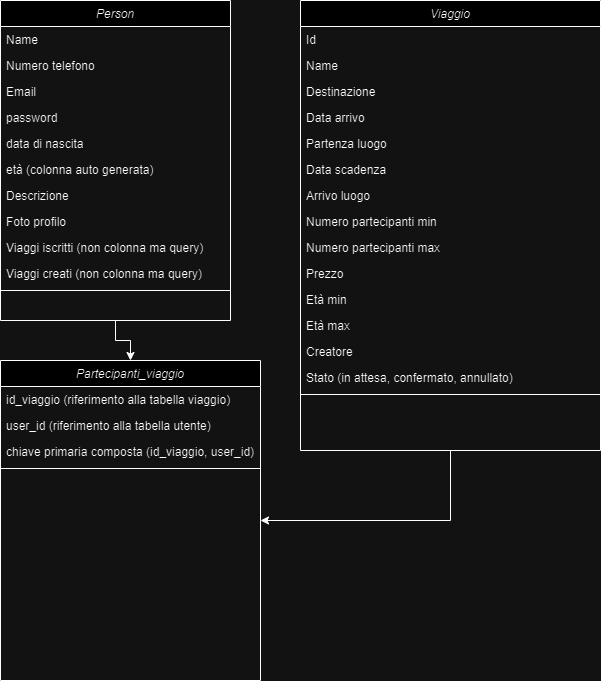
geeuleeo/BitWizard keeps this draw.io diagram as Progetto Learning by Project/struttura_database.png. Above is the earlier version. Source tidied: cells renumbered, new cells last; positions are measured from the earlier drawing's top-left corner, leaving out a move shared by most shapes.
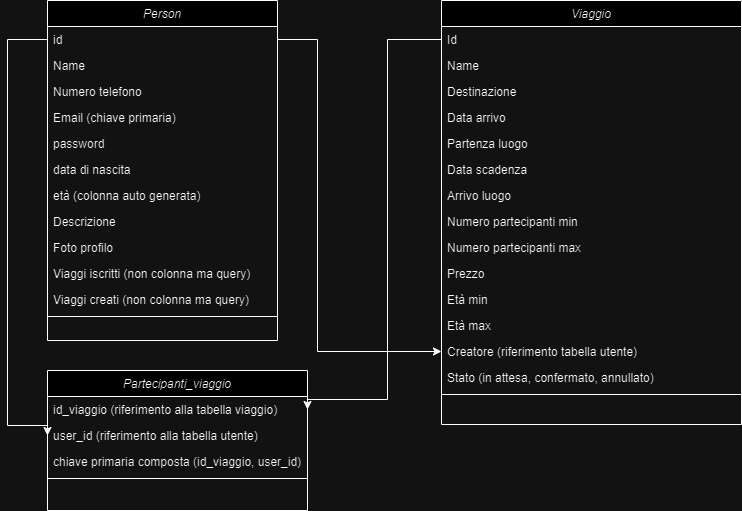
The same file after the commit.

What changed in the source:
```diff
@@ -2,11 +2,8 @@
   <root>
     <mxCell id="0" />
     <mxCell id="1" parent="0" />
-    <mxCell id="2" style="edgeStyle=orthogonalEdgeStyle;rounded=0;jettySize=auto;html=1;exitX=0.5;exitY=1;exitDx=0;exitDy=0;entryX=1;entryY=0.5;entryDx=0;entryDy=0;" parent="1" edge="1" source="3" target="33">
-      <mxGeometry relative="1" as="geometry" />
-    </mxCell>
     <mxCell id="3" value="Viaggio" style="swimlane;fontStyle=2;align=center;verticalAlign=top;horizontal=1;startSize=26;rounded=0;shadow=0;strokeWidth=1;" parent="1" vertex="1">
-      <mxGeometry x="300" width="300" height="450" as="geometry" />
+      <mxGeometry x="394" width="300" height="424" as="geometry" />
     </mxCell>
     <mxCell id="4" value="Id" style="text;align=left;verticalAlign=top;spacingLeft=4;spacingRight=4;overflow=hidden;points=[[0,0.5],[1,0.5]];portConstraint=eastwest;rounded=0;shadow=0;html=0;" parent="3" vertex="1">
       <mxGeometry y="26" width="300" height="26" as="geometry" />
@@ -44,7 +41,7 @@
     <mxCell id="15" value="Età max" style="text;align=left;verticalAlign=top;spacingLeft=4;spacingRight=4;overflow=hidden;rounded=0;shadow=0;html=0;" parent="3" vertex="1">
       <mxGeometry y="312" width="300" height="26" as="geometry" />
     </mxCell>
-    <mxCell id="16" value="Creatore" style="text;align=left;verticalAlign=top;spacingLeft=4;spacingRight=4;overflow=hidden;points=[[0,0.5],[1,0.5]];portConstraint=eastwest;rounded=0;shadow=0;html=0;" parent="3" vertex="1">
+    <mxCell id="16" value="Creatore (riferimento tabella utente)" style="text;align=left;verticalAlign=top;spacingLeft=4;spacingRight=4;overflow=hidden;points=[[0,0.5],[1,0.5]];portConstraint=eastwest;rounded=0;shadow=0;html=0;" parent="3" vertex="1">
       <mxGeometry y="338" width="300" height="26" as="geometry" />
     </mxCell>
     <mxCell id="17" value="Stato (in attesa, confermato, annullato)" style="text;align=left;verticalAlign=top;spacingLeft=4;spacingRight=4;overflow=hidden;rounded=0;shadow=0;html=0;" parent="3" vertex="1">
@@ -56,47 +53,47 @@
     <mxCell id="19" style="text;align=left;verticalAlign=top;spacingLeft=4;spacingRight=4;overflow=hidden;" parent="3" vertex="1">
       <mxGeometry y="398" width="300" height="26" as="geometry" />
     </mxCell>
-    <mxCell id="20" style="edgeStyle=orthogonalEdgeStyle;rounded=0;jettySize=auto;html=1;exitX=0.5;exitY=1;exitDx=0;exitDy=0;entryX=0.5;entryY=0;entryDx=0;entryDy=0;" parent="1" edge="1" source="21" target="33">
-      <mxGeometry relative="1" as="geometry" />
-    </mxCell>
     <mxCell id="21" value="Person" style="swimlane;fontStyle=2;align=center;verticalAlign=top;horizontal=1;startSize=26;rounded=0;shadow=0;strokeWidth=1;" parent="1" vertex="1">
-      <mxGeometry width="230" height="320" as="geometry" />
+      <mxGeometry width="230" height="340" as="geometry" />
     </mxCell>
+    <mxCell id="38" value="id" style="text;align=left;verticalAlign=top;spacingLeft=4;spacingRight=4;overflow=hidden;points=[[0,0.5],[1,0.5]];portConstraint=eastwest;" parent="21" vertex="1">
+      <mxGeometry y="26" width="230" height="26" as="geometry" />
+    </mxCell>
     <mxCell id="22" value="Name" style="text;align=left;verticalAlign=top;spacingLeft=4;spacingRight=4;overflow=hidden;" parent="21" vertex="1">
-      <mxGeometry y="26" width="230" height="26" as="geometry" />
+      <mxGeometry y="52" width="230" height="26" as="geometry" />
     </mxCell>
     <mxCell id="23" value="Numero telefono" style="text;align=left;verticalAlign=top;spacingLeft=4;spacingRight=4;overflow=hidden;rounded=0;shadow=0;html=0;" parent="21" vertex="1">
-      <mxGeometry y="52" width="230" height="26" as="geometry" />
+      <mxGeometry y="78" width="230" height="26" as="geometry" />
     </mxCell>
-    <mxCell id="24" value="Email" style="text;align=left;verticalAlign=top;spacingLeft=4;spacingRight=4;overflow=hidden;rounded=0;shadow=0;html=0;" parent="21" vertex="1">
-      <mxGeometry y="78" width="230" height="26" as="geometry" />
+    <mxCell id="24" value="Email (chiave primaria)" style="text;align=left;verticalAlign=top;spacingLeft=4;spacingRight=4;overflow=hidden;rounded=0;shadow=0;html=0;" parent="21" vertex="1">
+      <mxGeometry y="104" width="230" height="26" as="geometry" />
     </mxCell>
     <mxCell id="25" value="password" style="text;align=left;verticalAlign=top;spacingLeft=4;spacingRight=4;overflow=hidden;rounded=0;shadow=0;html=0;" parent="21" vertex="1">
-      <mxGeometry y="104" width="230" height="26" as="geometry" />
+      <mxGeometry y="130" width="230" height="26" as="geometry" />
     </mxCell>
     <mxCell id="26" value="data di nascita" style="text;align=left;verticalAlign=top;spacingLeft=4;spacingRight=4;overflow=hidden;rounded=0;shadow=0;html=0;" parent="21" vertex="1">
-      <mxGeometry y="130" width="230" height="26" as="geometry" />
+      <mxGeometry y="156" width="230" height="26" as="geometry" />
     </mxCell>
     <mxCell id="27" value="età (colonna auto generata)" style="text;align=left;verticalAlign=top;spacingLeft=4;spacingRight=4;overflow=hidden;rounded=0;shadow=0;html=0;" parent="21" vertex="1">
-      <mxGeometry y="156" width="230" height="26" as="geometry" />
+      <mxGeometry y="182" width="230" height="26" as="geometry" />
     </mxCell>
     <mxCell id="28" value="Descrizione" style="text;align=left;verticalAlign=top;spacingLeft=4;spacingRight=4;overflow=hidden;rounded=0;shadow=0;html=0;" parent="21" vertex="1">
-      <mxGeometry y="182" width="230" height="26" as="geometry" />
+      <mxGeometry y="208" width="230" height="26" as="geometry" />
     </mxCell>
     <mxCell id="29" value="Foto profilo" style="text;align=left;verticalAlign=top;spacingLeft=4;spacingRight=4;overflow=hidden;rounded=0;shadow=0;html=0;" parent="21" vertex="1">
-      <mxGeometry y="208" width="230" height="26" as="geometry" />
+      <mxGeometry y="234" width="230" height="26" as="geometry" />
     </mxCell>
     <mxCell id="30" value="Viaggi iscritti (non colonna ma query)" style="text;align=left;verticalAlign=top;spacingLeft=4;spacingRight=4;overflow=hidden;rounded=0;shadow=0;html=0;" parent="21" vertex="1">
-      <mxGeometry y="234" width="230" height="26" as="geometry" />
+      <mxGeometry y="260" width="230" height="26" as="geometry" />
     </mxCell>
     <mxCell id="31" value="Viaggi creati (non colonna ma query)" style="text;align=left;verticalAlign=top;spacingLeft=4;spacingRight=4;overflow=hidden;rounded=0;shadow=0;html=0;" parent="21" vertex="1">
-      <mxGeometry y="260" width="230" height="26" as="geometry" />
+      <mxGeometry y="286" width="230" height="26" as="geometry" />
     </mxCell>
     <mxCell id="32" style="line;html=1;strokeWidth=1;align=left;verticalAlign=middle;spacingTop=-1;spacingLeft=3;spacingRight=3;labelPosition=right;" parent="21" vertex="1">
-      <mxGeometry y="286" width="230" height="8" as="geometry" />
+      <mxGeometry y="312" width="230" height="8" as="geometry" />
     </mxCell>
     <mxCell id="33" value="Partecipanti_viaggio" style="swimlane;fontStyle=2;align=center;verticalAlign=top;horizontal=1;startSize=26;rounded=0;shadow=0;strokeWidth=1;" parent="1" vertex="1">
-      <mxGeometry y="360" width="260" height="320" as="geometry" />
+      <mxGeometry y="370" width="260" height="140" as="geometry" />
     </mxCell>
     <mxCell id="34" value="id_viaggio (riferimento alla tabella viaggio)" style="text;align=left;verticalAlign=top;spacingLeft=4;spacingRight=4;overflow=hidden;points=[[0,0.5],[1,0.5]];portConstraint=eastwest;rounded=0;shadow=0;html=0;" parent="33" vertex="1">
       <mxGeometry y="26" width="260" height="26" as="geometry" />
@@ -110,5 +107,29 @@
     <mxCell id="37" style="line;html=1;strokeWidth=1;align=left;verticalAlign=middle;spacingTop=-1;spacingLeft=3;spacingRight=3;labelPosition=right;" parent="33" vertex="1">
       <mxGeometry y="104" width="260" height="8" as="geometry" />
     </mxCell>
+    <mxCell id="39" style="edgeStyle=orthogonalEdgeStyle;rounded=0;jettySize=auto;html=1;exitX=0;exitY=0.5;exitDx=0;exitDy=0;entryX=1;entryY=0.5;entryDx=0;entryDy=0;" parent="1" edge="1" source="4" target="34">
+      <mxGeometry relative="1" as="geometry">
+        <Array as="points">
+          <mxPoint x="340" y="39" />
+          <mxPoint x="340" y="399" />
+        </Array>
+      </mxGeometry>
+    </mxCell>
+    <mxCell id="40" style="edgeStyle=orthogonalEdgeStyle;rounded=0;jettySize=auto;html=1;exitX=0;exitY=0.5;exitDx=0;exitDy=0;entryX=0;entryY=0.5;entryDx=0;entryDy=0;" parent="1" edge="1" source="38" target="35">
+      <mxGeometry relative="1" as="geometry">
+        <Array as="points">
+          <mxPoint x="-40" y="39" />
+          <mxPoint x="-40" y="425" />
+        </Array>
+      </mxGeometry>
+    </mxCell>
+    <mxCell id="41" style="edgeStyle=orthogonalEdgeStyle;rounded=0;jettySize=auto;html=1;exitX=1;exitY=0.5;exitDx=0;exitDy=0;entryX=0;entryY=0.5;entryDx=0;entryDy=0;" parent="1" edge="1" source="38" target="16">
+      <mxGeometry relative="1" as="geometry">
+        <Array as="points">
+          <mxPoint x="270" y="39" />
+          <mxPoint x="270" y="351" />
+        </Array>
+      </mxGeometry>
+    </mxCell>
   </root>
 </mxGraphModel>
```
